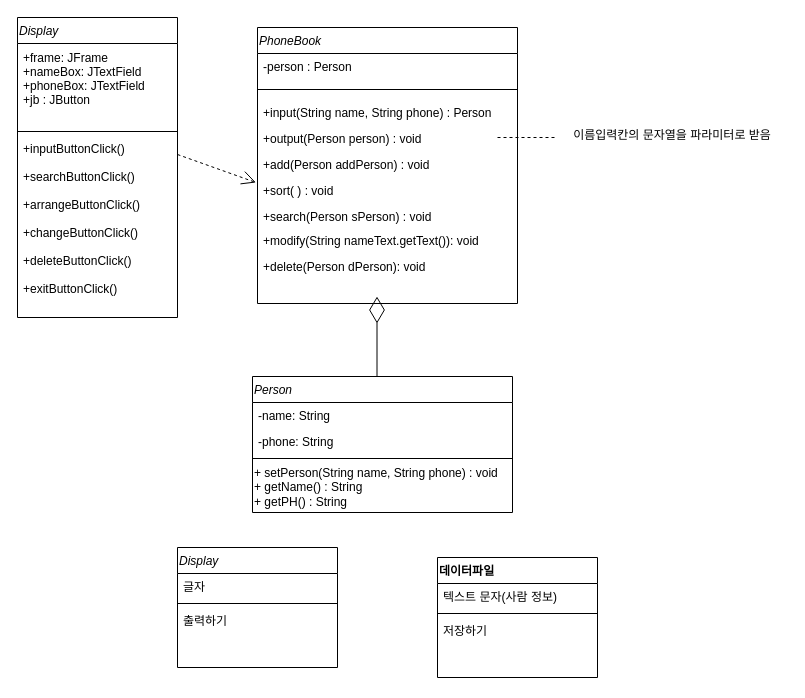
This is 순서도/전화번호부 클래스다이어그램_java.drawio from skatld123/PH_list_java, a draw.io file, before an edit. Source tidied: cells renumbered, new cells numbered last; positions are measured from the earlier drawing's top-left corner, leaving out a move shared by most shapes. Both pictures are drawn from the tidied source at 100%, with x=0, y=0 at pixel (17, 17).
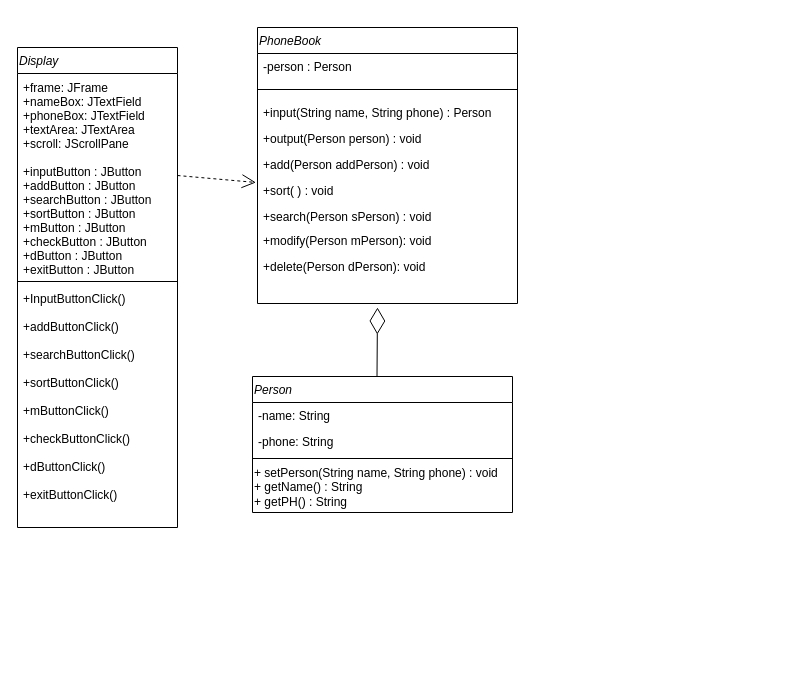
The same page after the edit.

Commit message:
전화번호부 클래스다이어그램_java.drawio 업데이트

The change refers to these unchanged cells:
```xml
<mxCell id="2" value="PhoneBook" style="swimlane;fontStyle=2;align=left;verticalAlign=top;horizontal=1;startSize=26;rounded=0;shadow=0;strokeWidth=1;" parent="1" vertex="1">
  <mxGeometry x="240" y="10" width="260" height="276" as="geometry" />
</mxCell>
<mxCell id="8" value="+sort( ) : void" style="text;strokeColor=none;fillColor=none;align=left;verticalAlign=top;spacingLeft=4;spacingRight=4;overflow=hidden;points=[[0,0.5],[1,0.5]];portConstraint=eastwest;" parent="2" vertex="1">
  <mxGeometry y="150" width="260" height="26" as="geometry" />
</mxCell>
```

The edit, as a diff of the source:
```diff
@@
-    <mxCell id="10" style="endArrow=open;endSize=12;dashed=1;html=1;entryX=-0.006;entryY=0.192;entryDx=0;entryDy=0;entryPerimeter=0;" parent="2" edge="1" target="8">
-      <mxGeometry relative="1" as="geometry">
-        <mxPoint x="-80" y="127" as="sourcePoint" />
-      </mxGeometry>
-    </mxCell>
-    <mxCell id="11" value="+modify(String nameText.getText()): void" style="text;strokeColor=none;fillColor=none;align=left;verticalAlign=top;spacingLeft=4;spacingRight=4;overflow=hidden;" parent="2" vertex="1">
+    <mxCell id="11" value="+modify(Person mPerson): void" style="text;strokeColor=none;fillColor=none;align=left;verticalAlign=top;spacingLeft=4;spacingRight=4;overflow=hidden;" parent="2" vertex="1">
       <mxGeometry y="200" width="260" height="26" as="geometry" />
     </mxCell>
@@
     <mxCell id="18" value="Display" style="swimlane;fontStyle=2;align=left;verticalAlign=top;horizontal=1;startSize=26;" parent="1" vertex="1">
-      <mxGeometry width="160" height="300" as="geometry" />
+      <mxGeometry y="30" width="160" height="480" as="geometry" />
     </mxCell>
-    <mxCell id="19" value="+frame: JFrame&#10;+nameBox: JTextField&#10;+phoneBox: JTextField&#10;+jb : JButton" style="text;strokeColor=none;fillColor=none;align=left;verticalAlign=top;spacingLeft=4;spacingRight=4;overflow=hidden;points=[[0,0.5],[1,0.5]];portConstraint=eastwest;spacing=2;spacingTop=1;" parent="18" vertex="1">
-      <mxGeometry y="26" width="160" height="84" as="geometry" />
+    <mxCell id="19" value="+frame: JFrame&#10;+nameBox: JTextField&#10;+phoneBox: JTextField&#10;+textArea: JTextArea&#10;+scroll: JScrollPane&#10;&#10;+inputButton : JButton&#10;+addButton : JButton&#10;+searchButton : JButton&#10;+sortButton : JButton&#10;+mButton : JButton&#10;+checkButton : JButton&#10;+dButton : JButton&#10;+exitButton : JButton&#10;" style="text;strokeColor=none;fillColor=none;align=left;verticalAlign=top;spacingLeft=4;spacingRight=4;overflow=hidden;points=[[0,0.5],[1,0.5]];portConstraint=eastwest;spacing=2;spacingTop=1;" parent="18" vertex="1">
+      <mxGeometry y="26" width="160" height="204" as="geometry" />
     </mxCell>
     <mxCell id="20" style="line;strokeWidth=1;fillColor=none;align=left;verticalAlign=middle;spacingTop=-1;spacingLeft=3;spacingRight=3;labelPosition=right;" parent="18" vertex="1">
-      <mxGeometry y="110" width="160" height="8" as="geometry" />
+      <mxGeometry y="230" width="160" height="8" as="geometry" />
     </mxCell>
-    <mxCell id="21" value="+inputButtonClick()&#10;&#10;+searchButtonClick()&#10;&#10;+arrangeButtonClick()&#10;&#10;+changeButtonClick()&#10;&#10;+deleteButtonClick()&#10;&#10;+exitButtonClick()" style="text;strokeColor=none;fillColor=none;align=left;verticalAlign=top;spacingLeft=4;spacingRight=4;overflow=hidden;" parent="18" vertex="1">
-      <mxGeometry y="118" width="160" height="182" as="geometry" />
+    <mxCell id="21" value="+InputButtonClick()&#10;&#10;+addButtonClick()&#10;&#10;+searchButtonClick()&#10;&#10;+sortButtonClick()&#10;&#10;+mButtonClick()&#10;&#10;+checkButtonClick()&#10;&#10;+dButtonClick()&#10;&#10;+exitButtonClick()&#10;" style="text;strokeColor=none;fillColor=none;align=left;verticalAlign=top;spacingLeft=4;spacingRight=4;overflow=hidden;" parent="18" vertex="1">
+      <mxGeometry y="238" width="160" height="242" as="geometry" />
     </mxCell>
     <mxCell id="22" style="endArrow=diamondThin;endFill=0;endSize=24;html=1;" parent="1" edge="1">
       <mxGeometry relative="1" as="geometry">
         <mxPoint x="359.5" y="359" as="sourcePoint" />
-        <mxPoint x="359.5" y="279" as="targetPoint" />
+        <mxPoint x="360" y="290" as="targetPoint" />
       </mxGeometry>
     </mxCell>
-    <mxCell id="23" value="Display" style="swimlane;fontStyle=2;align=left;verticalAlign=top;horizontal=1;startSize=26;" parent="1" vertex="1">
-      <mxGeometry x="160" y="530" width="160" height="120" as="geometry" />
-    </mxCell>
-    <mxCell id="24" value="글자" style="text;strokeColor=none;fillColor=none;align=left;verticalAlign=top;spacingLeft=4;spacingRight=4;overflow=hidden;" parent="23" vertex="1">
-      <mxGeometry y="26" width="160" height="26" as="geometry" />
-    </mxCell>
-    <mxCell id="25" style="line;strokeWidth=1;fillColor=none;align=left;verticalAlign=middle;spacingTop=-1;spacingLeft=3;spacingRight=3;labelPosition=right;" parent="23" vertex="1">
-      <mxGeometry y="52" width="160" height="8" as="geometry" />
-    </mxCell>
-    <mxCell id="26" value="출력하기" style="text;strokeColor=none;fillColor=none;align=left;verticalAlign=top;spacingLeft=4;spacingRight=4;overflow=hidden;" parent="23" vertex="1">
-      <mxGeometry y="60" width="160" height="60" as="geometry" />
-    </mxCell>
-    <mxCell id="27" value="데이터파일" style="swimlane;fontStyle=1;align=left;verticalAlign=top;horizontal=1;startSize=26;" parent="1" vertex="1">
-      <mxGeometry x="420" y="540" width="160" height="120" as="geometry" />
-    </mxCell>
-    <mxCell id="28" value="텍스트 문자(사람 정보)" style="text;strokeColor=none;fillColor=none;align=left;verticalAlign=top;spacingLeft=4;spacingRight=4;overflow=hidden;" parent="27" vertex="1">
-      <mxGeometry y="26" width="160" height="26" as="geometry" />
-    </mxCell>
-    <mxCell id="29" style="line;strokeWidth=1;fillColor=none;align=left;verticalAlign=middle;spacingTop=-1;spacingLeft=3;spacingRight=3;labelPosition=right;" parent="27" vertex="1">
-      <mxGeometry y="52" width="160" height="8" as="geometry" />
-    </mxCell>
-    <mxCell id="30" value="저장하기" style="text;strokeColor=none;fillColor=none;align=left;verticalAlign=top;spacingLeft=4;spacingRight=4;overflow=hidden;" parent="27" vertex="1">
-      <mxGeometry y="60" width="160" height="60" as="geometry" />
-    </mxCell>
-    <mxCell id="31" style="endArrow=none;dashed=1;html=1;" parent="1" edge="1">
-      <mxGeometry relative="1" as="geometry">
-        <mxPoint x="480" y="120" as="sourcePoint" />
-        <mxPoint x="540" y="120" as="targetPoint" />
-      </mxGeometry>
-    </mxCell>
-    <mxCell id="32" value="이름입력칸의 문자열을 파라미터로 받음" style="text;html=1;strokeColor=none;fillColor=none;align=center;verticalAlign=middle;whiteSpace=wrap;rounded=0;" parent="1" vertex="1">
-      <mxGeometry x="540" y="105" width="230" height="25" as="geometry" />
-    </mxCell>
+    <mxCell id="10" style="endArrow=open;endSize=12;dashed=1;html=1;entryX=-0.006;entryY=0.192;entryDx=0;entryDy=0;entryPerimeter=0;exitX=1;exitY=0.5;exitDx=0;exitDy=0;" parent="1" edge="1" source="19" target="8">
+      <mxGeometry relative="1" as="geometry" />
+    </mxCell>
```
